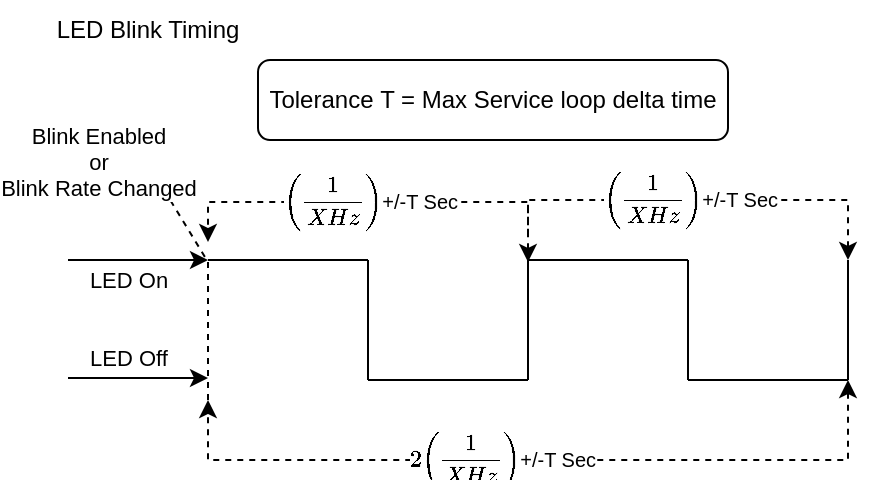
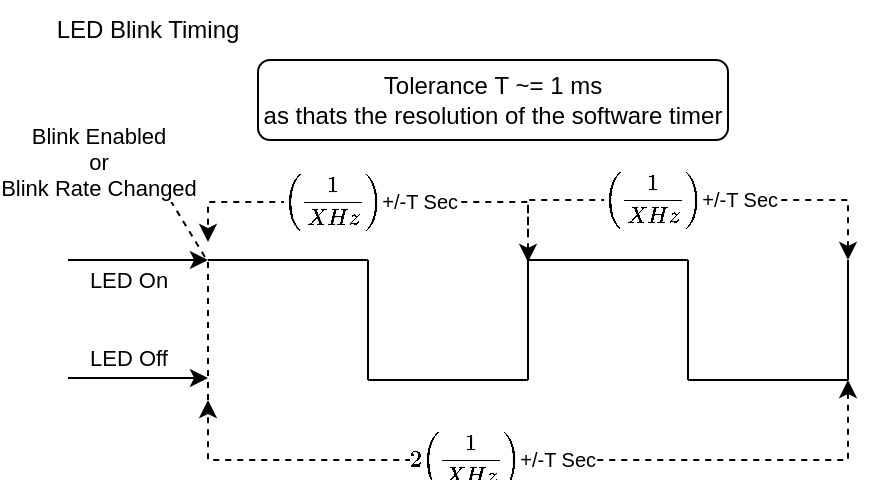
<mxfile host="Electron" pages="3">
  <diagram id="p3jLNohTKwpLyfo3PuZQ" name="LED Blink Timing">
    <mxGraphModel dx="950" dy="854" grid="1" gridSize="10" guides="1" tooltips="1" connect="1" arrows="1" fold="1" page="1" pageScale="1" pageWidth="850" pageHeight="1100" math="1" shadow="0">
      <root>
        <mxCell id="0" />
        <mxCell id="1" parent="0" />
        <mxCell id="FuMtZOdSv635-dJ4P_vv-2" parent="1" style="text;html=1;whiteSpace=wrap;strokeColor=none;fillColor=none;align=center;verticalAlign=middle;rounded=0;" value="LED Blink Timing" vertex="1">
          <mxGeometry height="30" width="110" x="35" y="10" as="geometry" />
        </mxCell>
        <mxCell id="FuMtZOdSv635-dJ4P_vv-3" edge="1" parent="1" style="endArrow=none;dashed=1;html=1;rounded=0;" value="">
          <mxGeometry height="50" relative="1" width="50" as="geometry">
            <Array as="points">
              <mxPoint x="120" y="141" />
            </Array>
            <mxPoint x="120" y="210" as="sourcePoint" />
            <mxPoint x="95" y="100" as="targetPoint" />
          </mxGeometry>
        </mxCell>
        <mxCell id="FuMtZOdSv635-dJ4P_vv-4" connectable="0" parent="FuMtZOdSv635-dJ4P_vv-3" style="edgeLabel;html=1;align=center;verticalAlign=middle;resizable=0;points=[];" value="Blink Enabled&lt;div&gt;or&lt;/div&gt;&lt;div&gt;Blink Rate Changed&lt;/div&gt;" vertex="1">
          <mxGeometry relative="1" x="0.45" as="geometry">
            <mxPoint x="-47" y="-37" as="offset" />
          </mxGeometry>
        </mxCell>
        <mxCell id="FuMtZOdSv635-dJ4P_vv-5" edge="1" parent="1" style="endArrow=none;html=1;rounded=0;" value="">
          <mxGeometry height="50" relative="1" width="50" as="geometry">
            <mxPoint x="120" y="140" as="sourcePoint" />
            <mxPoint x="200" y="140" as="targetPoint" />
          </mxGeometry>
        </mxCell>
        <mxCell id="FuMtZOdSv635-dJ4P_vv-6" edge="1" parent="1" style="endArrow=none;html=1;rounded=0;" value="">
          <mxGeometry height="50" relative="1" width="50" as="geometry">
            <mxPoint x="200" y="140" as="sourcePoint" />
            <mxPoint x="200" y="200" as="targetPoint" />
          </mxGeometry>
        </mxCell>
        <mxCell id="FuMtZOdSv635-dJ4P_vv-7" edge="1" parent="1" style="endArrow=none;html=1;rounded=0;" value="">
          <mxGeometry height="50" relative="1" width="50" as="geometry">
            <mxPoint x="280" y="200" as="sourcePoint" />
            <mxPoint x="200" y="200" as="targetPoint" />
          </mxGeometry>
        </mxCell>
        <mxCell id="FuMtZOdSv635-dJ4P_vv-8" edge="1" parent="1" style="endArrow=none;html=1;rounded=0;" value="">
          <mxGeometry height="50" relative="1" width="50" as="geometry">
            <mxPoint x="280" y="140" as="sourcePoint" />
            <mxPoint x="280" y="200" as="targetPoint" />
          </mxGeometry>
        </mxCell>
        <mxCell id="FuMtZOdSv635-dJ4P_vv-11" edge="1" parent="1" style="endArrow=classic;html=1;rounded=0;" value="">
          <mxGeometry height="50" relative="1" width="50" as="geometry">
            <mxPoint x="50" y="140" as="sourcePoint" />
            <mxPoint x="120" y="140" as="targetPoint" />
          </mxGeometry>
        </mxCell>
        <mxCell id="FuMtZOdSv635-dJ4P_vv-12" connectable="0" parent="FuMtZOdSv635-dJ4P_vv-11" style="edgeLabel;html=1;align=center;verticalAlign=middle;resizable=0;points=[];" value="LED On" vertex="1">
          <mxGeometry relative="1" x="-0.5714" as="geometry">
            <mxPoint x="15" y="10" as="offset" />
          </mxGeometry>
        </mxCell>
        <mxCell id="FuMtZOdSv635-dJ4P_vv-13" edge="1" parent="1" style="endArrow=classic;html=1;rounded=0;" value="">
          <mxGeometry height="50" relative="1" width="50" as="geometry">
            <mxPoint x="50" y="199" as="sourcePoint" />
            <mxPoint x="120" y="199" as="targetPoint" />
          </mxGeometry>
        </mxCell>
        <mxCell id="FuMtZOdSv635-dJ4P_vv-14" connectable="0" parent="FuMtZOdSv635-dJ4P_vv-13" style="edgeLabel;html=1;align=center;verticalAlign=middle;resizable=0;points=[];" value="LED Off" vertex="1">
          <mxGeometry relative="1" x="-0.1714" as="geometry">
            <mxPoint x="1" y="-10" as="offset" />
          </mxGeometry>
        </mxCell>
-         <mxCell id="FuMtZOdSv635-dJ4P_vv-15" parent="1" style="rounded=1;whiteSpace=wrap;html=1;" value="Tolerance&amp;nbsp;T = Max Service loop delta time" vertex="1">
+         <mxCell id="FuMtZOdSv635-dJ4P_vv-15" parent="1" style="rounded=1;whiteSpace=wrap;html=1;" value="Tolerance&amp;nbsp;T ~= 1 ms&lt;div&gt;as thats the resolution of the software timer&lt;/div&gt;" vertex="1">
          <mxGeometry height="40" width="235" x="145" y="40" as="geometry" />
        </mxCell>
        <mxCell id="FuMtZOdSv635-dJ4P_vv-18" edge="1" parent="1" style="endArrow=classic;startArrow=classic;html=1;rounded=0;dashed=1;" value="">
          <mxGeometry height="50" relative="1" width="50" as="geometry">
            <Array as="points">
              <mxPoint x="280" y="111" />
              <mxPoint x="120" y="111" />
            </Array>
            <mxPoint x="280" y="141" as="sourcePoint" />
            <mxPoint x="120" y="131" as="targetPoint" />
          </mxGeometry>
        </mxCell>
        <mxCell id="FuMtZOdSv635-dJ4P_vv-19" connectable="0" parent="FuMtZOdSv635-dJ4P_vv-18" style="edgeLabel;html=1;align=center;verticalAlign=middle;resizable=0;points=[];fontSize=10;labelBackgroundColor=default;" value="`(1 / (X Hz))`+/-T Sec" vertex="1">
          <mxGeometry relative="1" x="0.15" y="1" as="geometry">
            <mxPoint x="11" y="-1" as="offset" />
          </mxGeometry>
        </mxCell>
        <mxCell id="FuMtZOdSv635-dJ4P_vv-20" edge="1" parent="1" style="endArrow=none;html=1;rounded=0;" value="">
          <mxGeometry height="50" relative="1" width="50" as="geometry">
            <mxPoint x="280" y="140" as="sourcePoint" />
            <mxPoint x="360" y="140" as="targetPoint" />
          </mxGeometry>
        </mxCell>
        <mxCell id="FuMtZOdSv635-dJ4P_vv-21" edge="1" parent="1" style="endArrow=none;html=1;rounded=0;" value="">
          <mxGeometry height="50" relative="1" width="50" as="geometry">
            <mxPoint x="360" y="140" as="sourcePoint" />
            <mxPoint x="360" y="200" as="targetPoint" />
          </mxGeometry>
        </mxCell>
        <mxCell id="FuMtZOdSv635-dJ4P_vv-22" edge="1" parent="1" style="endArrow=none;html=1;rounded=0;" value="">
          <mxGeometry height="50" relative="1" width="50" as="geometry">
            <mxPoint x="440" y="200" as="sourcePoint" />
            <mxPoint x="360" y="200" as="targetPoint" />
          </mxGeometry>
        </mxCell>
        <mxCell id="FuMtZOdSv635-dJ4P_vv-23" edge="1" parent="1" style="endArrow=none;html=1;rounded=0;" value="">
          <mxGeometry height="50" relative="1" width="50" as="geometry">
            <mxPoint x="440" y="140" as="sourcePoint" />
            <mxPoint x="440" y="200" as="targetPoint" />
          </mxGeometry>
        </mxCell>
        <mxCell id="FuMtZOdSv635-dJ4P_vv-24" edge="1" parent="1" style="endArrow=none;startArrow=classic;html=1;rounded=0;dashed=1;endFill=0;" value="">
          <mxGeometry height="50" relative="1" width="50" as="geometry">
            <Array as="points">
              <mxPoint x="440" y="110" />
              <mxPoint x="280" y="110" />
            </Array>
            <mxPoint x="440" y="140" as="sourcePoint" />
            <mxPoint x="280" y="130" as="targetPoint" />
          </mxGeometry>
        </mxCell>
        <mxCell id="FuMtZOdSv635-dJ4P_vv-25" connectable="0" parent="FuMtZOdSv635-dJ4P_vv-24" style="edgeLabel;html=1;align=center;verticalAlign=middle;resizable=0;points=[];fontSize=10;labelBackgroundColor=default;" value="`(1 / (X Hz))`+/-T Sec" vertex="1">
          <mxGeometry relative="1" x="0.15" y="1" as="geometry">
            <mxPoint x="11" y="-1" as="offset" />
          </mxGeometry>
        </mxCell>
        <mxCell id="FuMtZOdSv635-dJ4P_vv-26" edge="1" parent="1" style="endArrow=classic;startArrow=classic;html=1;rounded=0;dashed=1;" value="">
          <mxGeometry height="50" relative="1" width="50" as="geometry">
            <Array as="points">
              <mxPoint x="440" y="240" />
              <mxPoint x="120" y="240" />
            </Array>
            <mxPoint x="440" y="200" as="sourcePoint" />
            <mxPoint x="120" y="210" as="targetPoint" />
          </mxGeometry>
        </mxCell>
        <mxCell id="FuMtZOdSv635-dJ4P_vv-27" connectable="0" parent="FuMtZOdSv635-dJ4P_vv-26" style="edgeLabel;html=1;align=center;verticalAlign=middle;resizable=0;points=[];fontSize=10;labelBackgroundColor=default;" value="`2(1 / (X Hz))`+/-T Sec" vertex="1">
          <mxGeometry relative="1" x="0.15" y="1" as="geometry">
            <mxPoint x="11" y="-1" as="offset" />
          </mxGeometry>
        </mxCell>
      </root>
    </mxGraphModel>
  </diagram>
  <diagram name="Airgas A/D w led status" id="UaQOFYhjDhx7jc6laJl1">
    <mxGraphModel dx="1620" dy="1456" grid="1" gridSize="10" guides="1" tooltips="1" connect="1" arrows="1" fold="1" page="1" pageScale="1" pageWidth="850" pageHeight="1100" math="1" shadow="0">
      <root>
        <mxCell id="0" />
        <mxCell id="1" parent="0" />
        <mxCell id="JTk8AG3URAhn5VOH_J-_-22" parent="1" style="rounded=0;whiteSpace=wrap;html=1;" value="" vertex="1">
          <mxGeometry height="440" width="300" x="11" y="40" as="geometry" />
        </mxCell>
        <mxCell id="JTk8AG3URAhn5VOH_J-_-2" parent="1" style="text;html=1;whiteSpace=wrap;strokeColor=none;fillColor=none;align=center;verticalAlign=middle;rounded=0;" value="Airgas A/D w led status" vertex="1">
          <mxGeometry height="30" width="150" x="10" y="10" as="geometry" />
        </mxCell>
        <mxCell id="JTk8AG3URAhn5VOH_J-_-4" parent="1" style="swimlane;whiteSpace=wrap;html=1;" value="ADC High State" vertex="1">
          <mxGeometry height="110" width="200" x="65.5" y="100" as="geometry" />
        </mxCell>
        <mxCell id="JTk8AG3URAhn5VOH_J-_-5" parent="JTk8AG3URAhn5VOH_J-_-4" style="text;html=1;whiteSpace=wrap;strokeColor=none;fillColor=none;align=left;verticalAlign=middle;rounded=0;" value="LED blinking Enabled, alternating ON/ OFF at 0.2Hz rate" vertex="1">
          <mxGeometry height="70" width="180" x="10" y="30" as="geometry" />
        </mxCell>
        <mxCell id="JTk8AG3URAhn5VOH_J-_-6" parent="1" style="swimlane;whiteSpace=wrap;html=1;startSize=23;" value="ADC Low State" vertex="1">
          <mxGeometry height="110" width="200" x="65.5" y="340" as="geometry" />
        </mxCell>
        <mxCell id="JTk8AG3URAhn5VOH_J-_-7" parent="JTk8AG3URAhn5VOH_J-_-6" style="text;html=1;whiteSpace=wrap;strokeColor=none;fillColor=none;align=left;verticalAlign=middle;rounded=0;" value="LED blinking Enabled, alternating ON/ OFF at 0.05Hz rate" vertex="1">
          <mxGeometry height="70" width="180" x="10" y="30" as="geometry" />
        </mxCell>
        <mxCell id="JTk8AG3URAhn5VOH_J-_-9" parent="1" style="rhombus;whiteSpace=wrap;html=1;" value="ADC Reading&lt;div&gt;&amp;gt; 2V&lt;/div&gt;" vertex="1">
          <mxGeometry height="70" width="110" x="45.5" y="240" as="geometry" />
        </mxCell>
        <mxCell id="JTk8AG3URAhn5VOH_J-_-10" parent="1" style="rhombus;whiteSpace=wrap;html=1;" value="ADC Reading&lt;div&gt;&amp;lt; 1.7V&lt;/div&gt;" vertex="1">
          <mxGeometry height="70" width="110" x="165.5" y="240" as="geometry" />
        </mxCell>
        <mxCell id="JTk8AG3URAhn5VOH_J-_-13" edge="1" parent="1" source="JTk8AG3URAhn5VOH_J-_-6" style="endArrow=classic;html=1;rounded=0;entryX=0.5;entryY=1;entryDx=0;entryDy=0;exitX=0.25;exitY=0;exitDx=0;exitDy=0;" target="JTk8AG3URAhn5VOH_J-_-9" value="">
          <mxGeometry height="50" relative="1" width="50" as="geometry">
            <mxPoint x="115.5" y="339" as="sourcePoint" />
            <mxPoint x="495.5" y="509" as="targetPoint" />
          </mxGeometry>
        </mxCell>
        <mxCell id="JTk8AG3URAhn5VOH_J-_-14" edge="1" parent="1" source="JTk8AG3URAhn5VOH_J-_-9" style="endArrow=classic;html=1;rounded=0;exitX=0.5;exitY=0;exitDx=0;exitDy=0;entryX=0.25;entryY=1;entryDx=0;entryDy=0;" target="JTk8AG3URAhn5VOH_J-_-4" value="">
          <mxGeometry height="50" relative="1" width="50" as="geometry">
            <mxPoint x="170.5" y="348" as="sourcePoint" />
            <mxPoint x="155.5" y="319" as="targetPoint" />
          </mxGeometry>
        </mxCell>
        <mxCell id="JTk8AG3URAhn5VOH_J-_-15" edge="1" parent="1" source="JTk8AG3URAhn5VOH_J-_-4" style="endArrow=classic;html=1;rounded=0;exitX=0.75;exitY=1;exitDx=0;exitDy=0;entryX=0.5;entryY=0;entryDx=0;entryDy=0;" target="JTk8AG3URAhn5VOH_J-_-10" value="">
          <mxGeometry height="50" relative="1" width="50" as="geometry">
            <mxPoint x="330.5" y="278" as="sourcePoint" />
            <mxPoint x="315.5" y="249" as="targetPoint" />
          </mxGeometry>
        </mxCell>
        <mxCell id="JTk8AG3URAhn5VOH_J-_-16" edge="1" parent="1" source="JTk8AG3URAhn5VOH_J-_-10" style="endArrow=classic;html=1;rounded=0;exitX=0.5;exitY=1;exitDx=0;exitDy=0;entryX=0.75;entryY=0;entryDx=0;entryDy=0;" target="JTk8AG3URAhn5VOH_J-_-6" value="">
          <mxGeometry height="50" relative="1" width="50" as="geometry">
            <mxPoint x="320.5" y="358" as="sourcePoint" />
            <mxPoint x="215.5" y="339" as="targetPoint" />
          </mxGeometry>
        </mxCell>
        <mxCell id="JTk8AG3URAhn5VOH_J-_-23" parent="1" style="text;html=1;whiteSpace=wrap;strokeColor=none;fillColor=none;align=center;verticalAlign=middle;rounded=0;" value="ADC Service State Machine" vertex="1">
          <mxGeometry height="30" width="198" x="62" y="50" as="geometry" />
        </mxCell>
        <mxCell id="JTk8AG3URAhn5VOH_J-_-24" edge="1" parent="1" style="endArrow=classic;html=1;rounded=0;entryX=0;entryY=0.5;entryDx=0;entryDy=0;" value="">
          <mxGeometry height="50" relative="1" width="50" as="geometry">
            <mxPoint x="30" y="394" as="sourcePoint" />
            <mxPoint x="65.5" y="394" as="targetPoint" />
          </mxGeometry>
        </mxCell>
        <mxCell id="JTk8AG3URAhn5VOH_J-_-25" parent="1" style="text;html=1;whiteSpace=wrap;strokeColor=none;fillColor=none;align=center;verticalAlign=middle;rounded=0;" value="Entry" vertex="1">
          <mxGeometry height="30" width="60" x="11" y="370" as="geometry" />
        </mxCell>
      </root>
    </mxGraphModel>
  </diagram>
  <diagram id="de9hVYD5LBRrLmFel5ZP" name="Airgas A/D w PWM">
    <mxGraphModel dx="1377" dy="1238" grid="1" gridSize="10" guides="1" tooltips="1" connect="1" arrows="1" fold="1" page="1" pageScale="1" pageWidth="850" pageHeight="1100" math="1" shadow="0">
      <root>
        <mxCell id="0" />
        <mxCell id="1" parent="0" />
        <mxCell id="t74pJPlFIySrVNPw0Pad-1" parent="1" style="text;html=1;whiteSpace=wrap;strokeColor=none;fillColor=none;align=center;verticalAlign=middle;rounded=0;" value="Airgas A/D w PWM" vertex="1">
          <mxGeometry height="30" width="130" x="40" y="30" as="geometry" />
        </mxCell>
        <mxCell id="lCil4pZnTrhNh4bGWZom-1" parent="1" style="rounded=0;whiteSpace=wrap;html=1;" value="" vertex="1">
          <mxGeometry height="440" width="300" x="20" y="70" as="geometry" />
        </mxCell>
        <mxCell id="lCil4pZnTrhNh4bGWZom-2" parent="1" style="swimlane;whiteSpace=wrap;html=1;startSize=23;" value="Default/ Starting State" vertex="1">
          <mxGeometry height="110" width="200" x="74.5" y="369" as="geometry" />
        </mxCell>
        <mxCell id="lCil4pZnTrhNh4bGWZom-3" parent="lCil4pZnTrhNh4bGWZom-2" style="text;html=1;whiteSpace=wrap;strokeColor=none;fillColor=none;align=left;verticalAlign=middle;rounded=0;" value="PWM Disabled/ 0% Duty Cycle" vertex="1">
          <mxGeometry height="70" width="180" x="10" y="30" as="geometry" />
        </mxCell>
        <mxCell id="lCil4pZnTrhNh4bGWZom-4" parent="1" style="swimlane;whiteSpace=wrap;html=1;" value="ADC High State" vertex="1">
          <mxGeometry height="110" width="200" x="74.5" y="130" as="geometry" />
        </mxCell>
        <mxCell id="lCil4pZnTrhNh4bGWZom-5" parent="lCil4pZnTrhNh4bGWZom-4" style="text;html=1;whiteSpace=wrap;strokeColor=none;fillColor=none;align=left;verticalAlign=middle;rounded=0;" value="PWM Enabled at 100Hz and 50% Duty Cycle" vertex="1">
          <mxGeometry height="70" width="180" x="10" y="30" as="geometry" />
        </mxCell>
        <mxCell id="lCil4pZnTrhNh4bGWZom-8" parent="1" style="rhombus;whiteSpace=wrap;html=1;" value="ADC Reading&lt;div&gt;&amp;gt; 2.5V&lt;/div&gt;" vertex="1">
          <mxGeometry height="70" width="110" x="54.5" y="270" as="geometry" />
        </mxCell>
        <mxCell id="lCil4pZnTrhNh4bGWZom-9" parent="1" style="rhombus;whiteSpace=wrap;html=1;" value="ADC Reading&lt;div&gt;&amp;lt; 2.5V&lt;/div&gt;" vertex="1">
          <mxGeometry height="70" width="110" x="174.5" y="270" as="geometry" />
        </mxCell>
        <mxCell id="lCil4pZnTrhNh4bGWZom-12" edge="1" parent="1" source="lCil4pZnTrhNh4bGWZom-2" style="endArrow=classic;html=1;rounded=0;exitX=0.25;exitY=0;exitDx=0;exitDy=0;entryX=0.5;entryY=1;entryDx=0;entryDy=0;" target="lCil4pZnTrhNh4bGWZom-8" value="">
          <mxGeometry height="50" relative="1" width="50" as="geometry">
            <mxPoint x="454.5" y="589" as="sourcePoint" />
            <mxPoint x="504.5" y="539" as="targetPoint" />
          </mxGeometry>
        </mxCell>
        <mxCell id="lCil4pZnTrhNh4bGWZom-13" edge="1" parent="1" source="lCil4pZnTrhNh4bGWZom-8" style="endArrow=classic;html=1;rounded=0;exitX=0.5;exitY=0;exitDx=0;exitDy=0;entryX=0.25;entryY=1;entryDx=0;entryDy=0;" target="lCil4pZnTrhNh4bGWZom-4" value="">
          <mxGeometry height="50" relative="1" width="50" as="geometry">
            <mxPoint x="179.5" y="378" as="sourcePoint" />
            <mxPoint x="164.5" y="349" as="targetPoint" />
          </mxGeometry>
        </mxCell>
        <mxCell id="lCil4pZnTrhNh4bGWZom-14" edge="1" parent="1" source="lCil4pZnTrhNh4bGWZom-4" style="endArrow=classic;html=1;rounded=0;exitX=0.75;exitY=1;exitDx=0;exitDy=0;entryX=0.5;entryY=0;entryDx=0;entryDy=0;" target="lCil4pZnTrhNh4bGWZom-9" value="">
          <mxGeometry height="50" relative="1" width="50" as="geometry">
            <mxPoint x="339.5" y="308" as="sourcePoint" />
            <mxPoint x="324.5" y="279" as="targetPoint" />
          </mxGeometry>
        </mxCell>
        <mxCell id="lCil4pZnTrhNh4bGWZom-15" edge="1" parent="1" source="lCil4pZnTrhNh4bGWZom-9" style="endArrow=classic;html=1;rounded=0;exitX=0.5;exitY=1;exitDx=0;exitDy=0;entryX=0.75;entryY=0;entryDx=0;entryDy=0;" target="lCil4pZnTrhNh4bGWZom-2" value="">
          <mxGeometry height="50" relative="1" width="50" as="geometry">
            <mxPoint x="329.5" y="388" as="sourcePoint" />
            <mxPoint x="314.5" y="359" as="targetPoint" />
          </mxGeometry>
        </mxCell>
        <mxCell id="lCil4pZnTrhNh4bGWZom-20" parent="1" style="text;html=1;whiteSpace=wrap;strokeColor=none;fillColor=none;align=center;verticalAlign=middle;rounded=0;" value="ADC Service State Machine" vertex="1">
          <mxGeometry height="30" width="198" x="71" y="80" as="geometry" />
        </mxCell>
        <mxCell id="lCil4pZnTrhNh4bGWZom-21" edge="1" parent="1" style="endArrow=classic;html=1;rounded=0;entryX=0;entryY=0.5;entryDx=0;entryDy=0;" target="lCil4pZnTrhNh4bGWZom-2" value="">
          <mxGeometry height="50" relative="1" width="50" as="geometry">
            <mxPoint x="39" y="424" as="sourcePoint" />
            <mxPoint x="519" y="500" as="targetPoint" />
          </mxGeometry>
        </mxCell>
        <mxCell id="lCil4pZnTrhNh4bGWZom-22" parent="1" style="text;html=1;whiteSpace=wrap;strokeColor=none;fillColor=none;align=center;verticalAlign=middle;rounded=0;" value="Entry" vertex="1">
          <mxGeometry height="30" width="60" x="20" y="400" as="geometry" />
        </mxCell>
        <mxCell id="wegs6xa_FwuNTaucftyw-31" connectable="0" parent="1" style="group" value="" vertex="1">
          <mxGeometry height="180" width="510" x="20" y="530" as="geometry" />
        </mxCell>
        <mxCell id="wegs6xa_FwuNTaucftyw-30" parent="wegs6xa_FwuNTaucftyw-31" style="rounded=0;whiteSpace=wrap;html=1;" value="" vertex="1">
          <mxGeometry height="180" width="510" as="geometry" />
        </mxCell>
        <mxCell id="wegs6xa_FwuNTaucftyw-1" parent="wegs6xa_FwuNTaucftyw-31" style="text;html=1;whiteSpace=wrap;strokeColor=none;fillColor=none;align=center;verticalAlign=middle;rounded=0;" value="Button Service State Machine" vertex="1">
          <mxGeometry height="30" width="170" x="1" as="geometry" />
        </mxCell>
        <mxCell id="wegs6xa_FwuNTaucftyw-14" parent="wegs6xa_FwuNTaucftyw-31" style="swimlane;fontStyle=0;childLayout=stackLayout;horizontal=1;startSize=30;horizontalStack=0;resizeParent=1;resizeParentMax=0;resizeLast=0;collapsible=1;marginBottom=0;whiteSpace=wrap;html=1;" value="Button On" vertex="1">
          <mxGeometry height="90" width="160" x="330" y="40" as="geometry" />
        </mxCell>
        <mxCell id="wegs6xa_FwuNTaucftyw-15" parent="wegs6xa_FwuNTaucftyw-14" style="text;strokeColor=none;fillColor=none;align=left;verticalAlign=middle;spacingLeft=4;spacingRight=4;overflow=hidden;points=[[0,0.5],[1,0.5]];portConstraint=eastwest;rotatable=0;whiteSpace=wrap;html=1;" value="On change to this state" vertex="1">
          <mxGeometry height="30" width="160" y="30" as="geometry" />
        </mxCell>
        <mxCell id="wegs6xa_FwuNTaucftyw-16" parent="wegs6xa_FwuNTaucftyw-14" style="text;strokeColor=none;fillColor=none;align=left;verticalAlign=middle;spacingLeft=4;spacingRight=4;overflow=hidden;points=[[0,0.5],[1,0.5]];portConstraint=eastwest;rotatable=0;whiteSpace=wrap;html=1;" value="Enable LED Blink at 10 Hz" vertex="1">
          <mxGeometry height="30" width="160" y="60" as="geometry" />
        </mxCell>
        <mxCell id="wegs6xa_FwuNTaucftyw-19" parent="wegs6xa_FwuNTaucftyw-31" style="swimlane;fontStyle=0;childLayout=stackLayout;horizontal=1;startSize=30;horizontalStack=0;resizeParent=1;resizeParentMax=0;resizeLast=0;collapsible=1;marginBottom=0;whiteSpace=wrap;html=1;" value="Entry/ Button Off" vertex="1">
          <mxGeometry height="90" width="160" x="10" y="40" as="geometry" />
        </mxCell>
        <mxCell id="wegs6xa_FwuNTaucftyw-20" parent="wegs6xa_FwuNTaucftyw-19" style="text;strokeColor=none;fillColor=none;align=left;verticalAlign=middle;spacingLeft=4;spacingRight=4;overflow=hidden;points=[[0,0.5],[1,0.5]];portConstraint=eastwest;rotatable=0;whiteSpace=wrap;html=1;" value="On change to this state" vertex="1">
          <mxGeometry height="30" width="160" y="30" as="geometry" />
        </mxCell>
        <mxCell id="wegs6xa_FwuNTaucftyw-21" parent="wegs6xa_FwuNTaucftyw-19" style="text;strokeColor=none;fillColor=none;align=left;verticalAlign=middle;spacingLeft=4;spacingRight=4;overflow=hidden;points=[[0,0.5],[1,0.5]];portConstraint=eastwest;rotatable=0;whiteSpace=wrap;html=1;" value="Disable LED Blink" vertex="1">
          <mxGeometry height="30" width="160" y="60" as="geometry" />
        </mxCell>
        <mxCell id="wegs6xa_FwuNTaucftyw-24" parent="wegs6xa_FwuNTaucftyw-31" style="rhombus;whiteSpace=wrap;html=1;" value="Debounce gpio&amp;nbsp;&lt;div&gt;On for 2sec&lt;/div&gt;" vertex="1">
          <mxGeometry height="70" width="110" x="195" y="5" as="geometry" />
        </mxCell>
        <mxCell id="wegs6xa_FwuNTaucftyw-25" parent="wegs6xa_FwuNTaucftyw-31" style="rhombus;whiteSpace=wrap;html=1;" value="Debounce gpio&amp;nbsp;&lt;div&gt;Off for 1ms&lt;/div&gt;" vertex="1">
          <mxGeometry height="70" width="110" x="195" y="97" as="geometry" />
        </mxCell>
        <mxCell id="wegs6xa_FwuNTaucftyw-26" edge="1" parent="wegs6xa_FwuNTaucftyw-31" source="wegs6xa_FwuNTaucftyw-19" style="endArrow=classic;html=1;rounded=0;exitX=1;exitY=0;exitDx=0;exitDy=0;entryX=0;entryY=0.5;entryDx=0;entryDy=0;" target="wegs6xa_FwuNTaucftyw-24" value="">
          <mxGeometry height="50" relative="1" width="50" as="geometry">
            <mxPoint x="560" y="-30" as="sourcePoint" />
            <mxPoint x="610" y="-80" as="targetPoint" />
          </mxGeometry>
        </mxCell>
        <mxCell id="wegs6xa_FwuNTaucftyw-27" edge="1" parent="wegs6xa_FwuNTaucftyw-31" source="wegs6xa_FwuNTaucftyw-24" style="endArrow=classic;html=1;rounded=0;exitX=1;exitY=0.5;exitDx=0;exitDy=0;entryX=0;entryY=0;entryDx=0;entryDy=0;" target="wegs6xa_FwuNTaucftyw-14" value="">
          <mxGeometry height="50" relative="1" width="50" as="geometry">
            <mxPoint x="330" y="-10" as="sourcePoint" />
            <mxPoint x="350" y="-5" as="targetPoint" />
          </mxGeometry>
        </mxCell>
        <mxCell id="wegs6xa_FwuNTaucftyw-28" edge="1" parent="wegs6xa_FwuNTaucftyw-31" source="wegs6xa_FwuNTaucftyw-16" style="endArrow=classic;html=1;rounded=0;exitX=0.006;exitY=1.067;exitDx=0;exitDy=0;entryX=1;entryY=0.5;entryDx=0;entryDy=0;exitPerimeter=0;" target="wegs6xa_FwuNTaucftyw-25" value="">
          <mxGeometry height="50" relative="1" width="50" as="geometry">
            <mxPoint x="390" y="-20" as="sourcePoint" />
            <mxPoint x="410" y="-15" as="targetPoint" />
          </mxGeometry>
        </mxCell>
        <mxCell id="wegs6xa_FwuNTaucftyw-29" edge="1" parent="wegs6xa_FwuNTaucftyw-31" source="wegs6xa_FwuNTaucftyw-25" style="endArrow=classic;html=1;rounded=0;exitX=0;exitY=0.5;exitDx=0;exitDy=0;entryX=0.988;entryY=1.033;entryDx=0;entryDy=0;entryPerimeter=0;" target="wegs6xa_FwuNTaucftyw-21" value="">
          <mxGeometry height="50" relative="1" width="50" as="geometry">
            <mxPoint x="280" y="210" as="sourcePoint" />
            <mxPoint x="300" y="215" as="targetPoint" />
          </mxGeometry>
        </mxCell>
      </root>
    </mxGraphModel>
  </diagram>
</mxfile>
